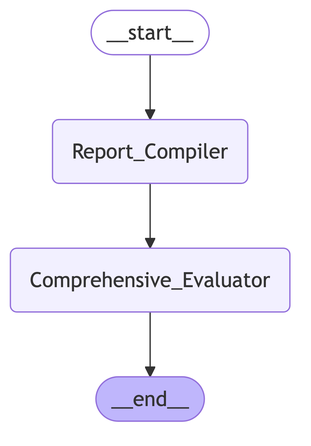
This is graphEvaluator/evaluator_graph_diagram.png from baworista/LangChainDiploma, a Mermaid export, as it was before one commit. Its source is kept beside it as graphEvaluator/evaluator_graph_diagram.mmd.
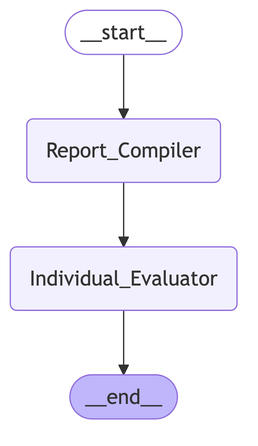
Later version of the same file.

Commit message:
Individual evaluator added

Diff of the diagram source:
```diff
@@ -2,10 +2,10 @@
 graph TD;
 	__start__([<p>__start__</p>]):::first
 	Report_Compiler(Report_Compiler)
-	Comprehensive_Evaluator(Comprehensive_Evaluator)
+	Individual_Evaluator(Individual_Evaluator)
 	__end__([<p>__end__</p>]):::last
-	Comprehensive_Evaluator --> __end__;
-	Report_Compiler --> Comprehensive_Evaluator;
+	Individual_Evaluator --> __end__;
+	Report_Compiler --> Individual_Evaluator;
 	__start__ --> Report_Compiler;
 	classDef default fill:#f2f0ff,line-height:1.2
 	classDef first fill-opacity:0
```
